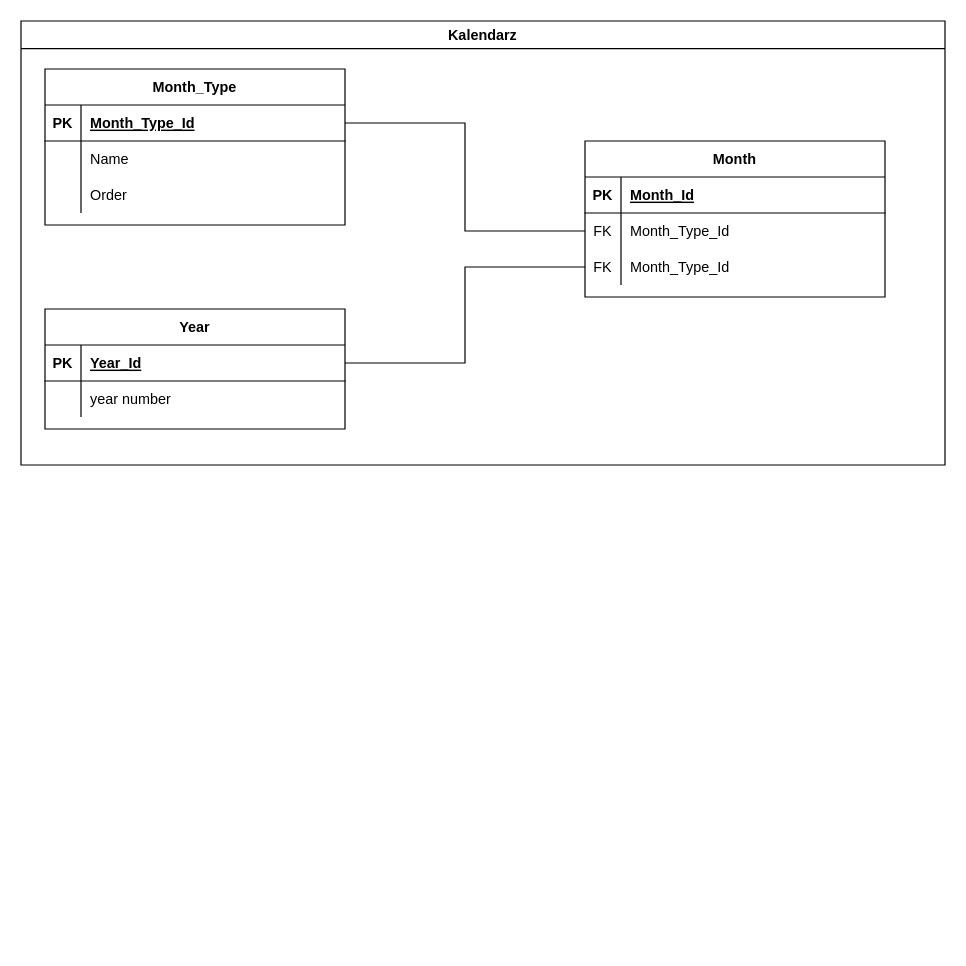
The draw.io diagram my_finances/Diagram bez tytułu.drawio in lacoste125/draws_io, before the edit. Source tidied: cells renumbered, new cells numbered last; positions are measured from the earlier drawing's top-left corner, leaving out a move shared by most shapes. Both pictures are drawn from the tidied source at 120%, with x=0, y=0 at pixel (20, 20).
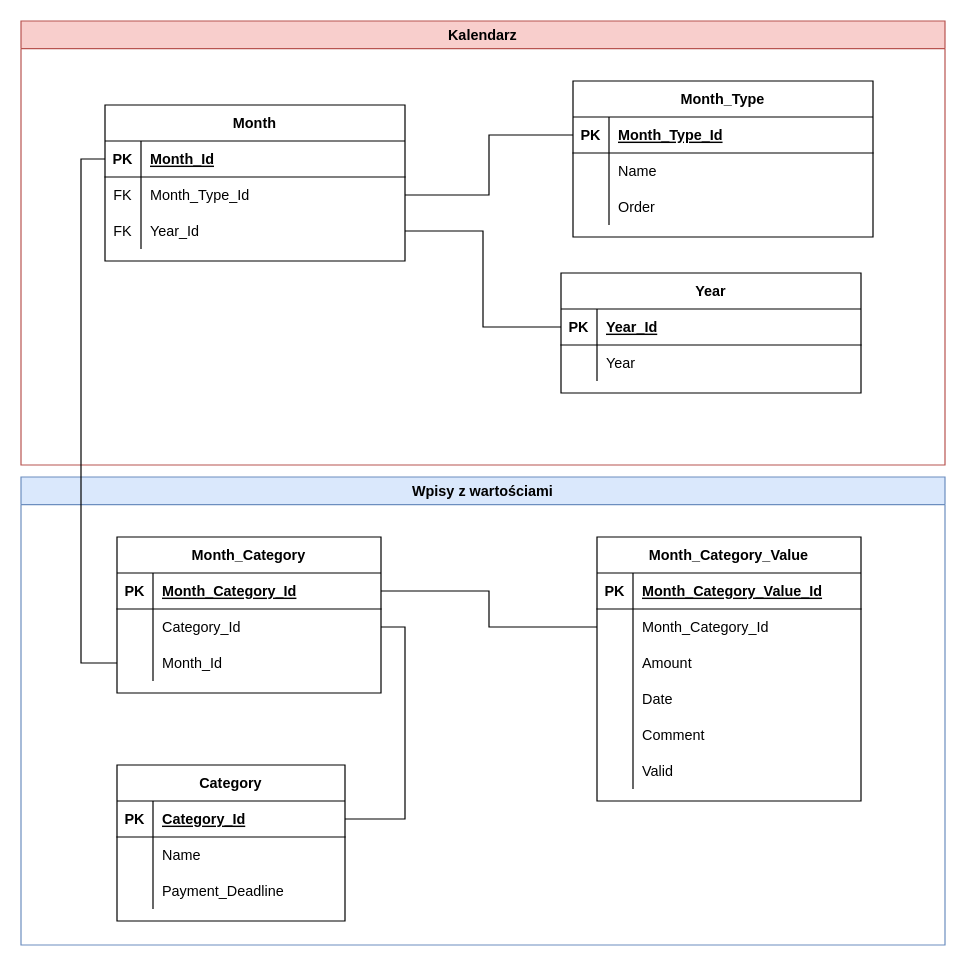
After the change.

Commit message:
Dodano projekt bazy danych dla wpisów opłat

Unchanged cells that the change refers to:
```xml
<mxCell id="11" style="shape=partialRectangle;fillColor=none;points=[[0,0.5],[1,0.5]];portConstraint=eastwest;top=0;left=0;right=0;bottom=1;" parent="10" vertex="1">
  <mxGeometry y="30" width="250" height="30" as="geometry" />
</mxCell>
<mxCell id="14" style="shape=partialRectangle;fillColor=none;points=[[0,0.5],[1,0.5]];portConstraint=eastwest;top=0;left=0;right=0;bottom=0;" parent="10" vertex="1">
  <mxGeometry y="60" width="250" height="30" as="geometry" />
</mxCell>
<mxCell id="17" style="shape=partialRectangle;fillColor=none;points=[[0,0.5],[1,0.5]];portConstraint=eastwest;top=0;left=0;right=0;bottom=0;" parent="10" vertex="1">
  <mxGeometry y="90" width="250" height="30" as="geometry" />
</mxCell>
<mxCell id="21" style="shape=partialRectangle;fillColor=none;points=[[0,0.5],[1,0.5]];portConstraint=eastwest;top=0;left=0;right=0;bottom=1;" parent="20" vertex="1">
  <mxGeometry y="30" width="250" height="30" as="geometry" />
</mxCell>
```

Diff of the diagram source:
```diff
@@
-    <mxCell id="2" style="edgeStyle=elbowEdgeStyle;endArrow=none;startArrow=none;endFill=0;startFill=0;rounded=0;" parent="1" edge="1" source="4" target="17">
-      <mxGeometry relative="1" as="geometry" />
-    </mxCell>
-    <mxCell id="3" value="Year" style="shape=table;startSize=30;childLayout=tableLayout;rowLines=0;fontStyle=1;align=center;" parent="1" vertex="1">
-      <mxGeometry x="20" y="240" width="250" height="100" as="geometry" />
-    </mxCell>
-    <mxCell id="4" style="shape=partialRectangle;fillColor=none;points=[[0,0.5],[1,0.5]];portConstraint=eastwest;top=0;left=0;right=0;bottom=1;" parent="3" vertex="1">
-      <mxGeometry y="30" width="250" height="30" as="geometry" />
-    </mxCell>
-    <mxCell id="5" value="PK" style="shape=partialRectangle;overflow=hidden;fillColor=none;top=0;left=0;bottom=0;right=0;fontStyle=1;" parent="4" vertex="1">
-      <mxGeometry width="30" height="30" as="geometry" />
-    </mxCell>
-    <mxCell id="6" value="Year_Id" style="shape=partialRectangle;overflow=hidden;fillColor=none;top=0;left=0;bottom=0;right=0;align=left;spacingLeft=6;fontStyle=5;" parent="4" vertex="1">
-      <mxGeometry x="30" width="220" height="30" as="geometry" />
-    </mxCell>
-    <mxCell id="7" style="shape=partialRectangle;fillColor=none;top=0;left=0;right=0;bottom=0;" parent="3" vertex="1">
-      <mxGeometry y="60" width="250" height="30" as="geometry" />
-    </mxCell>
-    <mxCell id="8" style="shape=partialRectangle;overflow=hidden;fillColor=none;top=0;left=0;bottom=0;right=0;" parent="7" vertex="1">
-      <mxGeometry width="30" height="30" as="geometry" />
-    </mxCell>
-    <mxCell id="9" value="year number" style="shape=partialRectangle;overflow=hidden;fillColor=none;top=0;left=0;bottom=0;right=0;align=left;spacingLeft=6;" parent="7" vertex="1">
-      <mxGeometry x="30" width="220" height="30" as="geometry" />
-    </mxCell>
+    <mxCell id="31" value="Kalendarz" style="swimlane;whiteSpace=wrap;html=1;fillColor=#f8cecc;strokeColor=#b85450;" parent="1" vertex="1">
+      <mxGeometry width="770" height="370" as="geometry" />
+    </mxCell>
-    <mxCell id="10" value="Month" style="shape=table;startSize=30;childLayout=tableLayout;rowLines=0;fontStyle=1;align=center;" parent="1" vertex="1">
-      <mxGeometry x="470" y="100" width="250" height="130" as="geometry" />
+    <mxCell id="10" value="Month" style="shape=table;startSize=30;childLayout=tableLayout;rowLines=0;fontStyle=1;align=center;" parent="31" vertex="1">
+      <mxGeometry x="70" y="70" width="250" height="130" as="geometry" />
     </mxCell>
@@
-    <mxCell id="19" value="Month_Type_Id" style="shape=partialRectangle;overflow=hidden;fillColor=none;top=0;left=0;bottom=0;right=0;align=left;spacingLeft=6;" parent="17" vertex="1">
+    <mxCell id="19" value="Year_Id" style="shape=partialRectangle;overflow=hidden;fillColor=none;top=0;left=0;bottom=0;right=0;align=left;spacingLeft=6;" parent="17" vertex="1">
       <mxGeometry x="30" width="220" height="30" as="geometry" />
     </mxCell>
+    <mxCell id="3" value="Year" style="shape=table;startSize=30;childLayout=tableLayout;rowLines=0;fontStyle=1;align=center;" parent="31" vertex="1">
+      <mxGeometry x="450" y="210" width="250" height="100" as="geometry" />
+    </mxCell>
+    <mxCell id="4" style="shape=partialRectangle;fillColor=none;points=[[0,0.5],[1,0.5]];portConstraint=eastwest;top=0;left=0;right=0;bottom=1;" parent="3" vertex="1">
+      <mxGeometry y="30" width="250" height="30" as="geometry" />
+    </mxCell>
+    <mxCell id="5" value="PK" style="shape=partialRectangle;overflow=hidden;fillColor=none;top=0;left=0;bottom=0;right=0;fontStyle=1;" parent="4" vertex="1">
+      <mxGeometry width="30" height="30" as="geometry" />
+    </mxCell>
+    <mxCell id="6" value="Year_Id" style="shape=partialRectangle;overflow=hidden;fillColor=none;top=0;left=0;bottom=0;right=0;align=left;spacingLeft=6;fontStyle=5;" parent="4" vertex="1">
+      <mxGeometry x="30" width="220" height="30" as="geometry" />
+    </mxCell>
+    <mxCell id="7" style="shape=partialRectangle;fillColor=none;top=0;left=0;right=0;bottom=0;" parent="3" vertex="1">
+      <mxGeometry y="60" width="250" height="30" as="geometry" />
+    </mxCell>
+    <mxCell id="8" style="shape=partialRectangle;overflow=hidden;fillColor=none;top=0;left=0;bottom=0;right=0;" parent="7" vertex="1">
+      <mxGeometry width="30" height="30" as="geometry" />
+    </mxCell>
+    <mxCell id="9" value="Year" style="shape=partialRectangle;overflow=hidden;fillColor=none;top=0;left=0;bottom=0;right=0;align=left;spacingLeft=6;" parent="7" vertex="1">
+      <mxGeometry x="30" width="220" height="30" as="geometry" />
+    </mxCell>
+    <mxCell id="2" style="edgeStyle=elbowEdgeStyle;endArrow=none;startArrow=none;endFill=0;startFill=0;rounded=0;" parent="31" edge="1" source="4" target="17">
+      <mxGeometry relative="1" as="geometry" />
+    </mxCell>
-    <mxCell id="20" value="Month_Type" style="shape=table;startSize=30;childLayout=tableLayout;rowLines=0;fontStyle=1;align=center;" parent="1" vertex="1">
-      <mxGeometry x="20" y="40" width="250" height="130" as="geometry" />
+    <mxCell id="20" value="Month_Type" style="shape=table;startSize=30;childLayout=tableLayout;rowLines=0;fontStyle=1;align=center;" parent="31" vertex="1">
+      <mxGeometry x="460" y="50" width="250" height="130" as="geometry" />
     </mxCell>
@@
-    <mxCell id="30" style="edgeStyle=orthogonalEdgeStyle;rounded=0;jettySize=auto;html=1;exitX=1;exitY=0.5;exitDx=0;exitDy=0;endArrow=none;endFill=0;" parent="1" edge="1" source="21" target="14">
+    <mxCell id="30" style="edgeStyle=orthogonalEdgeStyle;rounded=0;jettySize=auto;html=1;endArrow=none;endFill=0;" parent="31" edge="1" source="21" target="14">
       <mxGeometry relative="1" as="geometry" />
     </mxCell>
-    <mxCell id="31" value="Kalendarz" style="swimlane;whiteSpace=wrap;html=1;" parent="1" vertex="1">
-      <mxGeometry width="770" height="370" as="geometry" />
-    </mxCell>
+    <mxCell id="32" value="Month_Category" style="shape=table;startSize=30;childLayout=tableLayout;rowLines=0;fontStyle=1;align=center;" parent="1" vertex="1">
+      <mxGeometry x="80" y="430" width="220" height="130" as="geometry" />
+    </mxCell>
+    <mxCell id="33" style="shape=partialRectangle;fillColor=none;points=[[0,0.5],[1,0.5]];portConstraint=eastwest;top=0;left=0;right=0;bottom=1;" parent="32" vertex="1">
+      <mxGeometry y="30" width="220" height="30" as="geometry" />
+    </mxCell>
+    <mxCell id="34" value="PK" style="shape=partialRectangle;overflow=hidden;fillColor=none;top=0;left=0;bottom=0;right=0;fontStyle=1;" parent="33" vertex="1">
+      <mxGeometry width="30" height="30" as="geometry" />
+    </mxCell>
+    <mxCell id="35" value="Month_Category_Id" style="shape=partialRectangle;overflow=hidden;fillColor=none;top=0;left=0;bottom=0;right=0;align=left;spacingLeft=6;fontStyle=5;" parent="33" vertex="1">
+      <mxGeometry x="30" width="190" height="30" as="geometry" />
+    </mxCell>
+    <mxCell id="36" style="shape=partialRectangle;fillColor=none;points=[[0,0.5],[1,0.5]];portConstraint=eastwest;top=0;left=0;right=0;bottom=0;" parent="32" vertex="1">
+      <mxGeometry y="60" width="220" height="30" as="geometry" />
+    </mxCell>
+    <mxCell id="37" style="shape=partialRectangle;overflow=hidden;fillColor=none;top=0;left=0;bottom=0;right=0;" parent="36" vertex="1">
+      <mxGeometry width="30" height="30" as="geometry" />
+    </mxCell>
+    <mxCell id="38" value="Category_Id" style="shape=partialRectangle;overflow=hidden;fillColor=none;top=0;left=0;bottom=0;right=0;align=left;spacingLeft=6;" parent="36" vertex="1">
+      <mxGeometry x="30" width="190" height="30" as="geometry" />
+    </mxCell>
+    <mxCell id="39" style="shape=partialRectangle;fillColor=none;points=[[0,0.5],[1,0.5]];portConstraint=eastwest;top=0;left=0;right=0;bottom=0;" parent="32" vertex="1">
+      <mxGeometry y="90" width="220" height="30" as="geometry" />
+    </mxCell>
+    <mxCell id="40" style="shape=partialRectangle;overflow=hidden;fillColor=none;top=0;left=0;bottom=0;right=0;" parent="39" vertex="1">
+      <mxGeometry width="30" height="30" as="geometry" />
+    </mxCell>
+    <mxCell id="41" value="Month_Id" style="shape=partialRectangle;overflow=hidden;fillColor=none;top=0;left=0;bottom=0;right=0;align=left;spacingLeft=6;" parent="39" vertex="1">
+      <mxGeometry x="30" width="190" height="30" as="geometry" />
+    </mxCell>
+    <mxCell id="42" value="Month_Category_Value" style="shape=table;startSize=30;childLayout=tableLayout;rowLines=0;fontStyle=1;align=center;" parent="1" vertex="1">
+      <mxGeometry x="480" y="430" width="220" height="220" as="geometry" />
+    </mxCell>
+    <mxCell id="43" style="shape=partialRectangle;fillColor=none;top=0;left=0;right=0;bottom=1;" parent="42" vertex="1">
+      <mxGeometry y="30" width="220" height="30" as="geometry" />
+    </mxCell>
+    <mxCell id="44" value="PK" style="shape=partialRectangle;overflow=hidden;fillColor=none;top=0;left=0;bottom=0;right=0;fontStyle=1;" parent="43" vertex="1">
+      <mxGeometry width="30" height="30" as="geometry" />
+    </mxCell>
+    <mxCell id="45" value="Month_Category_Value_Id" style="shape=partialRectangle;overflow=hidden;fillColor=none;top=0;left=0;bottom=0;right=0;align=left;spacingLeft=6;fontStyle=5;" parent="43" vertex="1">
+      <mxGeometry x="30" width="190" height="30" as="geometry" />
+    </mxCell>
+    <mxCell id="46" style="shape=partialRectangle;fillColor=none;points=[[0,0.5],[1,0.5]];portConstraint=eastwest;top=0;left=0;right=0;bottom=0;" parent="42" vertex="1">
+      <mxGeometry y="60" width="220" height="30" as="geometry" />
+    </mxCell>
+    <mxCell id="47" style="shape=partialRectangle;overflow=hidden;fillColor=none;top=0;left=0;bottom=0;right=0;" parent="46" vertex="1">
+      <mxGeometry width="30" height="30" as="geometry" />
+    </mxCell>
+    <mxCell id="48" value="Month_Category_Id" style="shape=partialRectangle;overflow=hidden;fillColor=none;top=0;left=0;bottom=0;right=0;align=left;spacingLeft=6;" parent="46" vertex="1">
+      <mxGeometry x="30" width="190" height="30" as="geometry" />
+    </mxCell>
+    <mxCell id="49" style="shape=partialRectangle;fillColor=none;top=0;left=0;right=0;bottom=0;" parent="42" vertex="1">
+      <mxGeometry y="90" width="220" height="30" as="geometry" />
+    </mxCell>
+    <mxCell id="50" style="shape=partialRectangle;overflow=hidden;fillColor=none;top=0;left=0;bottom=0;right=0;" parent="49" vertex="1">
+      <mxGeometry width="30" height="30" as="geometry" />
+    </mxCell>
+    <mxCell id="51" value="Amount" style="shape=partialRectangle;overflow=hidden;fillColor=none;top=0;left=0;bottom=0;right=0;align=left;spacingLeft=6;" parent="49" vertex="1">
+      <mxGeometry x="30" width="190" height="30" as="geometry" />
+    </mxCell>
+    <mxCell id="52" style="shape=partialRectangle;fillColor=none;top=0;left=0;right=0;bottom=0;" parent="42" vertex="1">
+      <mxGeometry y="120" width="220" height="30" as="geometry" />
+    </mxCell>
+    <mxCell id="53" style="shape=partialRectangle;overflow=hidden;fillColor=none;top=0;left=0;bottom=0;right=0;" parent="52" vertex="1">
+      <mxGeometry width="30" height="30" as="geometry" />
+    </mxCell>
+    <mxCell id="54" value="Date" style="shape=partialRectangle;overflow=hidden;fillColor=none;top=0;left=0;bottom=0;right=0;align=left;spacingLeft=6;" parent="52" vertex="1">
+      <mxGeometry x="30" width="190" height="30" as="geometry" />
+    </mxCell>
+    <mxCell id="55" style="shape=partialRectangle;fillColor=none;top=0;left=0;right=0;bottom=0;" parent="42" vertex="1">
+      <mxGeometry y="150" width="220" height="30" as="geometry" />
+    </mxCell>
+    <mxCell id="56" style="shape=partialRectangle;overflow=hidden;fillColor=none;top=0;left=0;bottom=0;right=0;" parent="55" vertex="1">
+      <mxGeometry width="30" height="30" as="geometry" />
+    </mxCell>
+    <mxCell id="57" value="Comment" style="shape=partialRectangle;overflow=hidden;fillColor=none;top=0;left=0;bottom=0;right=0;align=left;spacingLeft=6;" parent="55" vertex="1">
+      <mxGeometry x="30" width="190" height="30" as="geometry" />
+    </mxCell>
+    <mxCell id="58" style="shape=partialRectangle;fillColor=none;top=0;left=0;right=0;bottom=0;" parent="42" vertex="1">
+      <mxGeometry y="180" width="220" height="30" as="geometry" />
+    </mxCell>
+    <mxCell id="59" style="shape=partialRectangle;overflow=hidden;fillColor=none;top=0;left=0;bottom=0;right=0;" parent="58" vertex="1">
+      <mxGeometry width="30" height="30" as="geometry" />
+    </mxCell>
+    <mxCell id="60" value="Valid" style="shape=partialRectangle;overflow=hidden;fillColor=none;top=0;left=0;bottom=0;right=0;align=left;spacingLeft=6;" parent="58" vertex="1">
+      <mxGeometry x="30" width="190" height="30" as="geometry" />
+    </mxCell>
+    <mxCell id="61" style="edgeStyle=orthogonalEdgeStyle;rounded=0;jettySize=auto;html=1;endArrow=none;endFill=0;" parent="1" edge="1" source="36" target="65">
+      <mxGeometry relative="1" as="geometry">
+        <Array as="points">
+          <mxPoint x="320" y="505" />
+          <mxPoint x="320" y="665" />
+        </Array>
+      </mxGeometry>
+    </mxCell>
+    <mxCell id="62" style="edgeStyle=orthogonalEdgeStyle;rounded=0;jettySize=auto;html=1;endArrow=none;endFill=0;" parent="1" edge="1" source="46" target="33">
+      <mxGeometry relative="1" as="geometry" />
+    </mxCell>
+    <mxCell id="63" value="Wpisy z wartościami" style="swimlane;whiteSpace=wrap;html=1;fillColor=#dae8fc;strokeColor=#6c8ebf;" parent="1" vertex="1">
+      <mxGeometry y="380" width="770" height="390" as="geometry" />
+    </mxCell>
+    <mxCell id="64" value="Category" style="shape=table;startSize=30;childLayout=tableLayout;rowLines=0;fontStyle=1;align=center;" parent="63" vertex="1">
+      <mxGeometry x="80" y="240" width="190" height="130" as="geometry" />
+    </mxCell>
+    <mxCell id="65" style="shape=partialRectangle;fillColor=none;points=[[0,0.5],[1,0.5]];portConstraint=eastwest;top=0;left=0;right=0;bottom=1;" parent="64" vertex="1">
+      <mxGeometry y="30" width="190" height="30" as="geometry" />
+    </mxCell>
+    <mxCell id="66" value="PK" style="shape=partialRectangle;overflow=hidden;fillColor=none;top=0;left=0;bottom=0;right=0;fontStyle=1;" parent="65" vertex="1">
+      <mxGeometry width="30" height="30" as="geometry" />
+    </mxCell>
+    <mxCell id="67" value="Category_Id" style="shape=partialRectangle;overflow=hidden;fillColor=none;top=0;left=0;bottom=0;right=0;align=left;spacingLeft=6;fontStyle=5;" parent="65" vertex="1">
+      <mxGeometry x="30" width="160" height="30" as="geometry" />
+    </mxCell>
+    <mxCell id="68" style="shape=partialRectangle;fillColor=none;top=0;left=0;right=0;bottom=0;" parent="64" vertex="1">
+      <mxGeometry y="60" width="190" height="30" as="geometry" />
+    </mxCell>
+    <mxCell id="69" style="shape=partialRectangle;overflow=hidden;fillColor=none;top=0;left=0;bottom=0;right=0;" parent="68" vertex="1">
+      <mxGeometry width="30" height="30" as="geometry" />
+    </mxCell>
+    <mxCell id="70" value="Name" style="shape=partialRectangle;overflow=hidden;fillColor=none;top=0;left=0;bottom=0;right=0;align=left;spacingLeft=6;" parent="68" vertex="1">
+      <mxGeometry x="30" width="160" height="30" as="geometry" />
+    </mxCell>
+    <mxCell id="71" style="shape=partialRectangle;fillColor=none;top=0;left=0;right=0;bottom=0;" parent="64" vertex="1">
+      <mxGeometry y="90" width="190" height="30" as="geometry" />
+    </mxCell>
+    <mxCell id="72" style="shape=partialRectangle;overflow=hidden;fillColor=none;top=0;left=0;bottom=0;right=0;" parent="71" vertex="1">
+      <mxGeometry width="30" height="30" as="geometry" />
+    </mxCell>
+    <mxCell id="73" value="Payment_Deadline" style="shape=partialRectangle;overflow=hidden;fillColor=none;top=0;left=0;bottom=0;right=0;align=left;spacingLeft=6;" parent="71" vertex="1">
+      <mxGeometry x="30" width="160" height="30" as="geometry" />
+    </mxCell>
+    <mxCell id="74" style="edgeStyle=orthogonalEdgeStyle;rounded=0;jettySize=auto;html=1;endArrow=none;endFill=0;" parent="1" edge="1" source="11" target="39">
+      <mxGeometry relative="1" as="geometry">
+        <Array as="points">
+          <mxPoint x="50" y="115" />
+          <mxPoint x="50" y="535" />
+        </Array>
+      </mxGeometry>
+    </mxCell>
```
